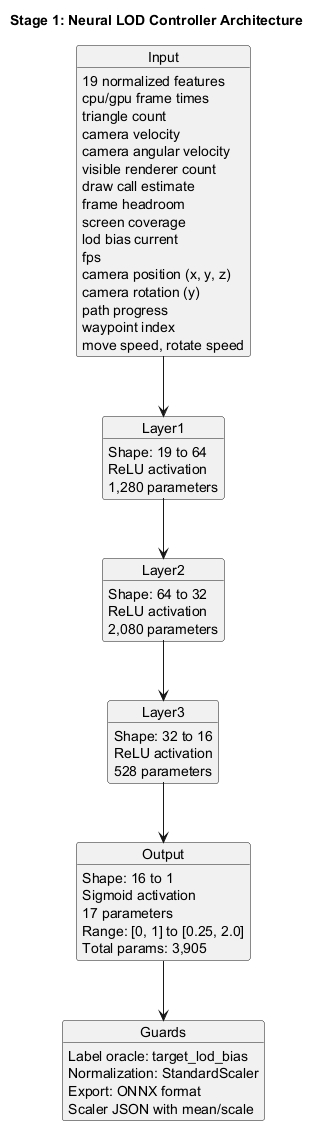
Above: ml_pipeline/Diagram/Stage_1/Stage_1_ModelArchitecture.png in Silent0Wings/neural-lod (PlantUML), before the change.
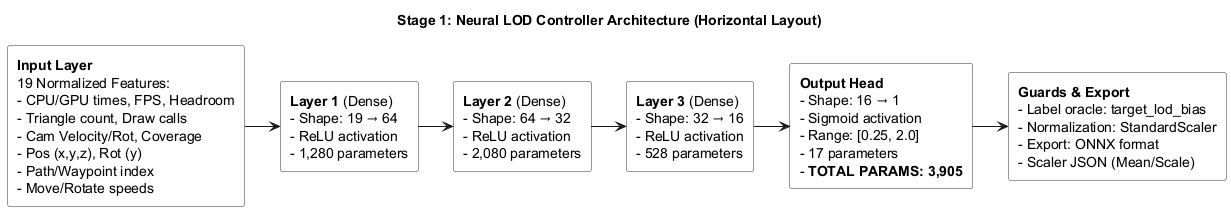
After the change.

Diff of the diagram source:
```diff
@@ -1,58 +1,32 @@
 @startuml Stage_1_ModelArchitecture
 
-title Stage 1: Neural LOD Controller Architecture
+title Stage 1: Neural LOD Controller Architecture (Horizontal Layout)
 
-object Input
-object Layer1
-object Layer2
-object Layer3
-object Output
-object Guards
+skinparam componentStyle rectangle
+skinparam defaultTextAlignment left
+skinparam component {
+  BackgroundColor #FAFAFA
+  BorderColor #333
+}
 
-Input : 19 normalized features
-Input : cpu/gpu frame times
-Input : triangle count
-Input : camera velocity
-Input : camera angular velocity
-Input : visible renderer count
-Input : draw call estimate
-Input : frame headroom
-Input : screen coverage
-Input : lod bias current
-Input : fps
-Input : camera position (x, y, z)
-Input : camera rotation (y)
-Input : path progress
-Input : waypoint index
-Input : move speed, rotate speed
 
-Layer1 : Shape: 19 to 64
-Layer1 : ReLU activation
-Layer1 : 1,280 parameters
+component "**Input Layer**\n19 Normalized Features:\n- CPU/GPU times, FPS, Headroom\n- Triangle count, Draw calls\n- Cam Velocity/Rot, Coverage\n- Pos (x,y,z), Rot (y)\n- Path/Waypoint index\n- Move/Rotate speeds" as Input
 
-Layer2 : Shape: 64 to 32
-Layer2 : ReLU activation
-Layer2 : 2,080 parameters
+component "**Layer 1** (Dense)\n- Shape: 19 → 64\n- ReLU activation\n- 1,280 parameters" as L1
 
-Layer3 : Shape: 32 to 16
-Layer3 : ReLU activation
-Layer3 : 528 parameters
+component "**Layer 2** (Dense)\n- Shape: 64 → 32\n- ReLU activation\n- 2,080 parameters" as L2
 
-Output : Shape: 16 to 1
-Output : Sigmoid activation
-Output : 17 parameters
-Output : Range: [0, 1] to [0.25, 2.0]
-Output : Total params: 3,905
+component "**Layer 3** (Dense)\n- Shape: 32 → 16\n- ReLU activation\n- 528 parameters" as L3
 
-Guards : Label oracle: target_lod_bias
-Guards : Normalization: StandardScaler
-Guards : Export: ONNX format
-Guards : Scaler JSON with mean/scale
+component "**Output Head**\n- Shape: 16 → 1\n- Sigmoid activation\n- Range: [0.25, 2.0]\n- 17 parameters\n- **TOTAL PARAMS: 3,905**" as Output
 
-Input --> Layer1
-Layer1 --> Layer2
-Layer2 --> Layer3
-Layer3 --> Output
-Output --> Guards
+component "**Guards & Export**\n- Label oracle: target_lod_bias\n- Normalization: StandardScaler\n- Export: ONNX format\n- Scaler JSON (Mean/Scale)" as Guards
+
+
+Input -r-> L1
+L1 -r-> L2
+L2 -r-> L3
+L3 -r-> Output
+Output -r-> Guards
 
 @enduml
```
